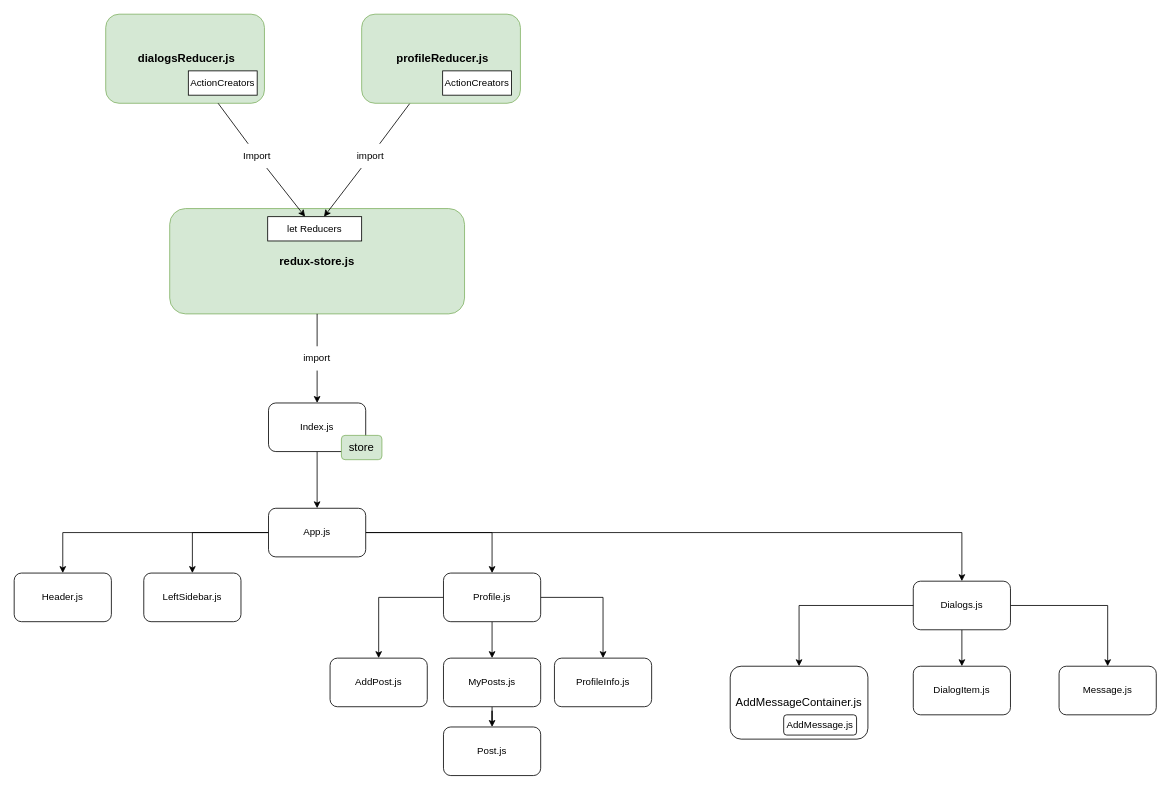
Above: React-components tree.drawio in ayratkin/react-social-network (draw.io), before the change. Source tidied: cells renumbered, new cells numbered last; positions are measured from the earlier drawing's top-left corner, leaving out a move shared by most shapes. Both pictures are drawn from the tidied source at 81%, with x=0, y=0 at pixel (14, 14).
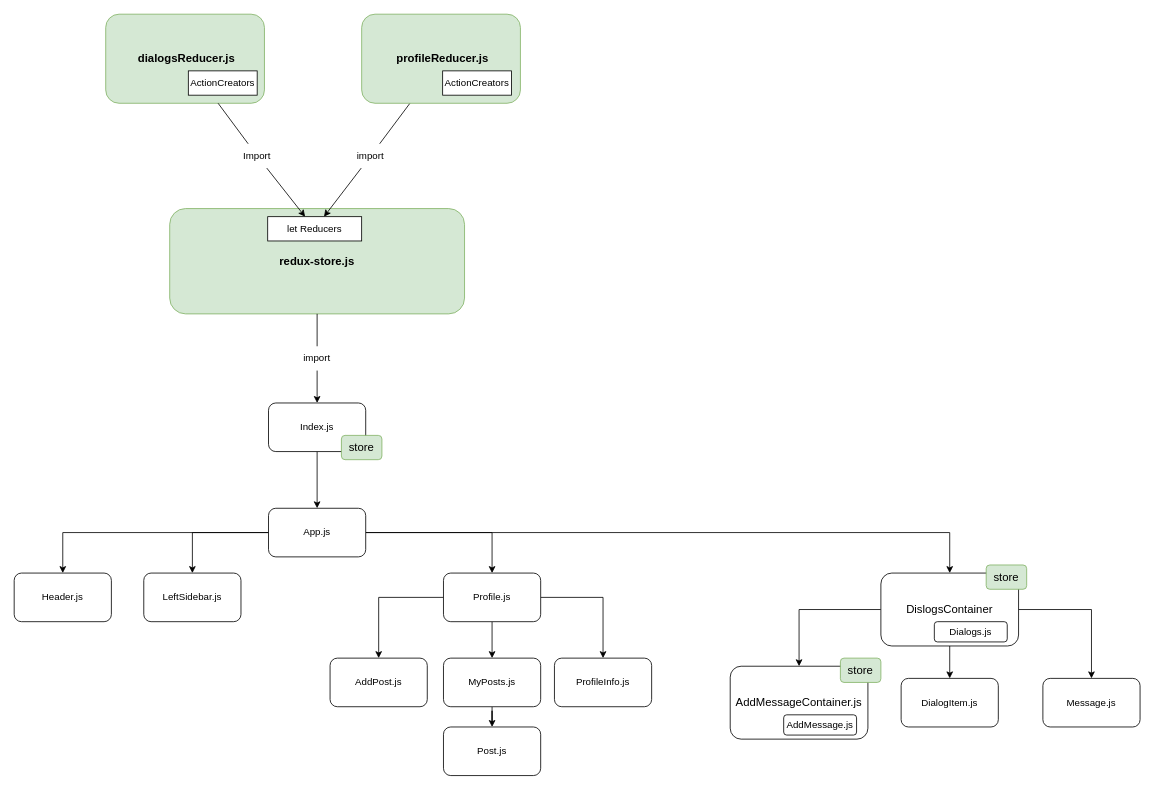
Above is the later version.

Unchanged cells that the change refers to:
```xml
<mxCell id="8" value="App.js" style="rounded=1;whiteSpace=wrap;html=1;" parent="1" vertex="1">
  <mxGeometry x="314" y="610" width="120" height="60" as="geometry" />
</mxCell>
<mxCell id="44" value="AddMessageContainer.js" style="rounded=1;whiteSpace=wrap;html=1;fontSize=14;" parent="1" vertex="1">
  <mxGeometry x="884" y="805" width="170" height="90" as="geometry" />
</mxCell>
```

What changed in the source:
```diff
@@
-    <mxCell id="7" style="edgeStyle=orthogonalEdgeStyle;rounded=0;jettySize=auto;html=1;" parent="1" edge="1" source="8" target="17">
+    <mxCell id="7" style="edgeStyle=orthogonalEdgeStyle;rounded=0;jettySize=auto;html=1;" parent="1" edge="1" source="8" target="47">
       <mxGeometry relative="1" as="geometry" />
     </mxCell>
@@
-    <mxCell id="15" style="edgeStyle=orthogonalEdgeStyle;rounded=0;jettySize=auto;html=1;" parent="1" edge="1" source="17" target="18">
+    <mxCell id="15" style="edgeStyle=orthogonalEdgeStyle;rounded=0;jettySize=auto;html=1;" parent="1" edge="1" source="47" target="18">
       <mxGeometry relative="1" as="geometry" />
     </mxCell>
-    <mxCell id="16" style="edgeStyle=orthogonalEdgeStyle;rounded=0;jettySize=auto;html=1;" parent="1" edge="1" source="17" target="19">
+    <mxCell id="16" style="edgeStyle=orthogonalEdgeStyle;rounded=0;jettySize=auto;html=1;" parent="1" edge="1" source="47" target="19">
       <mxGeometry relative="1" as="geometry" />
     </mxCell>
-    <mxCell id="17" value="Dialogs.js" style="rounded=1;whiteSpace=wrap;html=1;" parent="1" vertex="1">
-      <mxGeometry x="1110" y="700" width="120" height="60" as="geometry" />
-    </mxCell>
     <mxCell id="18" value="DialogItem.js" style="rounded=1;whiteSpace=wrap;html=1;" parent="1" vertex="1">
-      <mxGeometry x="1110" y="805" width="120" height="60" as="geometry" />
+      <mxGeometry x="1095" y="820" width="120" height="60" as="geometry" />
     </mxCell>
     <mxCell id="19" value="Message.js" style="rounded=1;whiteSpace=wrap;html=1;" parent="1" vertex="1">
-      <mxGeometry x="1290" y="805" width="120" height="60" as="geometry" />
+      <mxGeometry x="1270" y="820" width="120" height="60" as="geometry" />
     </mxCell>
@@
-    <mxCell id="46" style="edgeStyle=orthogonalEdgeStyle;rounded=0;jettySize=auto;html=1;" parent="1" edge="1" source="17" target="44">
+    <mxCell id="46" style="edgeStyle=orthogonalEdgeStyle;rounded=0;jettySize=auto;html=1;" parent="1" edge="1" source="47" target="44">
       <mxGeometry relative="1" as="geometry" />
     </mxCell>
+    <mxCell id="47" value="DislogsContainer" style="rounded=1;whiteSpace=wrap;html=1;fontSize=14;" parent="1" vertex="1">
+      <mxGeometry x="1070" y="690" width="170" height="90" as="geometry" />
+    </mxCell>
+    <mxCell id="17" value="Dialogs.js" style="rounded=1;whiteSpace=wrap;html=1;" parent="1" vertex="1">
+      <mxGeometry x="1136" y="750" width="90" height="25" as="geometry" />
+    </mxCell>
+    <mxCell id="48" value="store" style="rounded=1;whiteSpace=wrap;html=1;fontSize=14;fillColor=#d5e8d4;strokeColor=#82b366;" parent="1" vertex="1">
+      <mxGeometry x="1020" y="795" width="50" height="30" as="geometry" />
+    </mxCell>
+    <mxCell id="49" value="store" style="rounded=1;whiteSpace=wrap;html=1;fontSize=14;fillColor=#d5e8d4;strokeColor=#82b366;" parent="1" vertex="1">
+      <mxGeometry x="1200" y="680" width="50" height="30" as="geometry" />
+    </mxCell>
```
